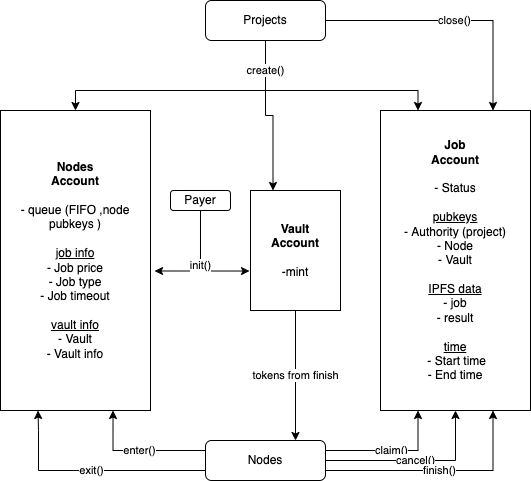
This is docs/img/jobs.png from nosana-ci/nosana-programs, a draw.io export, as it was before one commit. Source tidied: cells renumbered, new cells last; positions are measured from the earlier drawing's top-left corner, leaving out a move shared by most shapes.
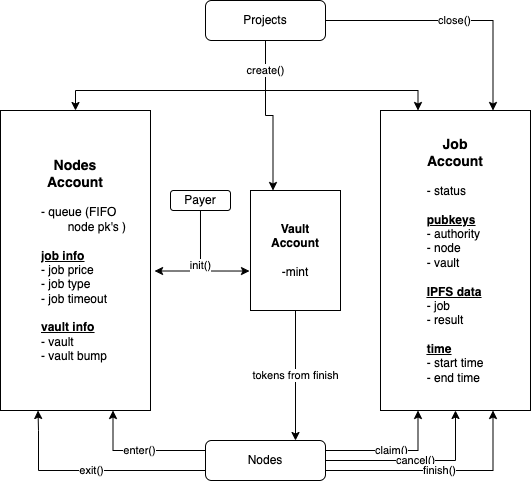
Later version of the same file.

Diff of the diagram source:
```diff
@@ -25,10 +25,10 @@
     <mxCell id="7" value="Nodes" style="rounded=1;whiteSpace=wrap;html=1;fontSize=12;glass=0;strokeWidth=1;shadow=0;" parent="1" vertex="1">
       <mxGeometry x="205" y="440" width="120" height="40" as="geometry" />
     </mxCell>
-    <mxCell id="8" value="&lt;b&gt;Nodes&lt;br&gt;Account&lt;/b&gt;&lt;br&gt;&lt;br&gt;- queue (FIFO ,node pubkeys&amp;nbsp;)&lt;br&gt;&lt;br&gt;&lt;u&gt;job info&lt;/u&gt;&lt;br&gt;- Job price&lt;br&gt;- Job type&lt;br&gt;- Job timeout&lt;br&gt;&lt;u&gt;&lt;br&gt;vault info&lt;/u&gt;&lt;br&gt;- Vault&lt;br&gt;- Vault info&lt;br&gt;" style="rounded=0;whiteSpace=wrap;html=1;" parent="1" vertex="1">
+    <mxCell id="8" value="&lt;font style=&quot;font-size: 14px;&quot;&gt;&lt;b&gt;Nodes&lt;br&gt;Account&lt;/b&gt;&lt;br&gt;&lt;/font&gt;&lt;br&gt;&lt;blockquote style=&quot;margin: 0 0 0 40px; border: none; padding: 0px;&quot;&gt;&lt;div style=&quot;text-align: left;&quot;&gt;&lt;span style=&quot;background-color: initial;&quot;&gt;- queue (FIFO &lt;span style=&quot;white-space: pre;&quot;&gt;&#9;&lt;/span&gt;node pk's&amp;nbsp;)&lt;/span&gt;&lt;/div&gt;&lt;div style=&quot;text-align: left;&quot;&gt;&lt;br&gt;&lt;/div&gt;&lt;u&gt;&lt;div style=&quot;text-align: left;&quot;&gt;&lt;u style=&quot;background-color: initial;&quot;&gt;&lt;b&gt;job info&lt;/b&gt;&lt;/u&gt;&lt;/div&gt;&lt;/u&gt;&lt;div style=&quot;text-align: left;&quot;&gt;&lt;span style=&quot;background-color: initial;&quot;&gt;- job price&lt;/span&gt;&lt;/div&gt;&lt;div style=&quot;text-align: left;&quot;&gt;&lt;span style=&quot;background-color: initial;&quot;&gt;- job type&lt;/span&gt;&lt;/div&gt;&lt;div style=&quot;text-align: left;&quot;&gt;&lt;span style=&quot;background-color: initial;&quot;&gt;- job timeout&lt;/span&gt;&lt;/div&gt;&lt;u&gt;&lt;div style=&quot;text-align: left;&quot;&gt;&lt;br&gt;&lt;/div&gt;&lt;/u&gt;&lt;u&gt;&lt;div style=&quot;text-align: left;&quot;&gt;&lt;u style=&quot;background-color: initial;&quot;&gt;&lt;b&gt;vault info&lt;/b&gt;&lt;/u&gt;&lt;/div&gt;&lt;/u&gt;&lt;div style=&quot;text-align: left;&quot;&gt;&lt;span style=&quot;background-color: initial;&quot;&gt;- vault&lt;/span&gt;&lt;/div&gt;&lt;div style=&quot;text-align: left;&quot;&gt;&lt;span style=&quot;background-color: initial;&quot;&gt;- vault bump&lt;/span&gt;&lt;/div&gt;&lt;/blockquote&gt;" style="rounded=0;whiteSpace=wrap;html=1;" parent="1" vertex="1">
       <mxGeometry y="110" width="150" height="300" as="geometry" />
     </mxCell>
-    <mxCell id="9" value="&lt;b&gt;Job&lt;br&gt;Account&lt;/b&gt;&lt;br&gt;&lt;br&gt;- Status&lt;br&gt;&lt;u&gt;&lt;br&gt;pubkeys&lt;/u&gt;&lt;br&gt;- Authority (project)&lt;br&gt;- Node&lt;br&gt;- Vault&lt;br&gt;&lt;br&gt;&lt;u&gt;IPFS data&lt;/u&gt;&lt;br&gt;- job&lt;br&gt;- result&lt;br&gt;&lt;br&gt;&lt;u&gt;time&lt;/u&gt;&lt;br&gt;&amp;nbsp;- Start time&lt;br&gt;- End time" style="rounded=0;whiteSpace=wrap;html=1;" parent="1" vertex="1">
+    <mxCell id="9" value="&lt;b&gt;&lt;font style=&quot;font-size: 14px;&quot;&gt;Job&lt;br&gt;Account&lt;/font&gt;&lt;/b&gt;&lt;br&gt;&lt;div style=&quot;text-align: left;&quot;&gt;&lt;br&gt;&lt;/div&gt;&lt;span style=&quot;background-color: initial;&quot;&gt;&lt;div style=&quot;text-align: left;&quot;&gt;&lt;span style=&quot;background-color: initial;&quot;&gt;- status&lt;/span&gt;&lt;/div&gt;&lt;/span&gt;&lt;u&gt;&lt;div style=&quot;text-align: left;&quot;&gt;&lt;br&gt;&lt;/div&gt;&lt;/u&gt;&lt;u style=&quot;background-color: initial;&quot;&gt;&lt;div style=&quot;text-align: left;&quot;&gt;&lt;u style=&quot;background-color: initial;&quot;&gt;&lt;b&gt;pubkeys&lt;/b&gt;&lt;/u&gt;&lt;/div&gt;&lt;/u&gt;&lt;span style=&quot;background-color: initial;&quot;&gt;&lt;div style=&quot;text-align: left;&quot;&gt;&lt;span style=&quot;background-color: initial;&quot;&gt;- authority&lt;/span&gt;&lt;/div&gt;&lt;/span&gt;&lt;span style=&quot;background-color: initial;&quot;&gt;&lt;div style=&quot;text-align: left;&quot;&gt;&lt;span style=&quot;background-color: initial;&quot;&gt;- node&lt;/span&gt;&lt;/div&gt;&lt;/span&gt;&lt;span style=&quot;background-color: initial;&quot;&gt;&lt;div style=&quot;text-align: left;&quot;&gt;&lt;span style=&quot;background-color: initial;&quot;&gt;- vault&lt;/span&gt;&lt;/div&gt;&lt;/span&gt;&lt;div style=&quot;text-align: left;&quot;&gt;&lt;br&gt;&lt;/div&gt;&lt;u style=&quot;background-color: initial;&quot;&gt;&lt;div style=&quot;text-align: left;&quot;&gt;&lt;u style=&quot;background-color: initial;&quot;&gt;&lt;b&gt;IPFS data&lt;/b&gt;&lt;/u&gt;&lt;/div&gt;&lt;/u&gt;&lt;span style=&quot;background-color: initial;&quot;&gt;&lt;div style=&quot;text-align: left;&quot;&gt;&lt;span style=&quot;background-color: initial;&quot;&gt;- job&lt;/span&gt;&lt;/div&gt;&lt;/span&gt;&lt;span style=&quot;background-color: initial;&quot;&gt;&lt;div style=&quot;text-align: left;&quot;&gt;&lt;span style=&quot;background-color: initial;&quot;&gt;- result&lt;/span&gt;&lt;/div&gt;&lt;/span&gt;&lt;div style=&quot;text-align: left;&quot;&gt;&lt;br&gt;&lt;/div&gt;&lt;u style=&quot;background-color: initial;&quot;&gt;&lt;div style=&quot;text-align: left;&quot;&gt;&lt;u style=&quot;background-color: initial;&quot;&gt;&lt;b&gt;time&lt;/b&gt;&lt;/u&gt;&lt;/div&gt;&lt;/u&gt;&lt;span style=&quot;background-color: initial;&quot;&gt;&lt;div style=&quot;text-align: left;&quot;&gt;&lt;span style=&quot;background-color: initial;&quot;&gt;- start time&lt;/span&gt;&lt;/div&gt;&lt;/span&gt;&lt;div style=&quot;text-align: left;&quot;&gt;&lt;span style=&quot;background-color: initial;&quot;&gt;- end time&lt;/span&gt;&lt;/div&gt;" style="rounded=0;whiteSpace=wrap;html=1;" parent="1" vertex="1">
       <mxGeometry x="380" y="110" width="150" height="300" as="geometry" />
     </mxCell>
     <mxCell id="10" style="edgeStyle=orthogonalEdgeStyle;rounded=0;jettySize=auto;html=1;exitX=0.5;exitY=1;exitDx=0;exitDy=0;entryX=0.25;entryY=0;entryDx=0;entryDy=0;" parent="1" edge="1" source="14" target="19">
```
